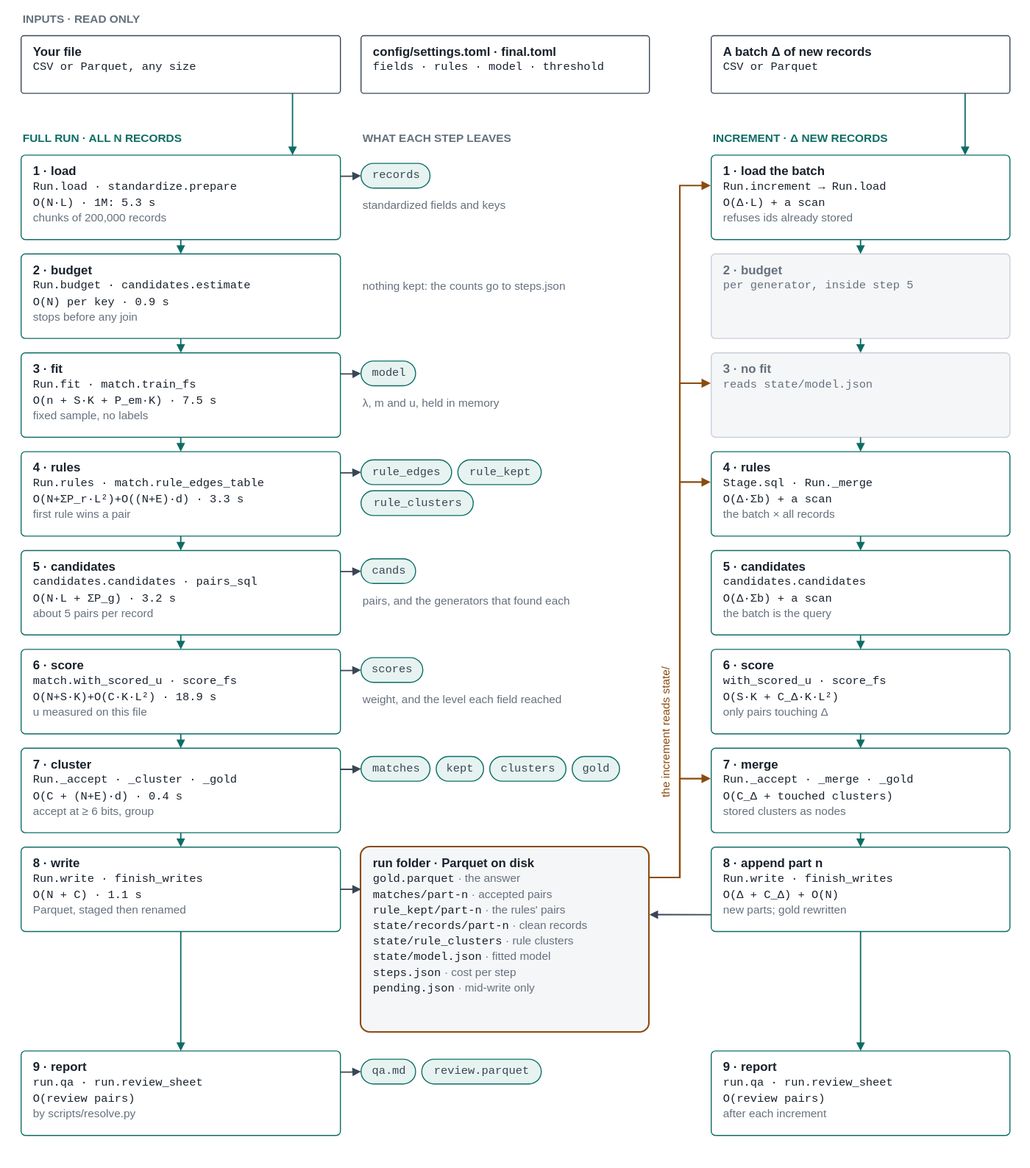
The draw.io diagram docs/architecture.drawio.svg in mvsbm/entity_matching, before a commit. Source tidied: cells renumbered, new cells last; positions are measured from the earlier drawing's top-left corner, leaving out a move shared by most shapes.
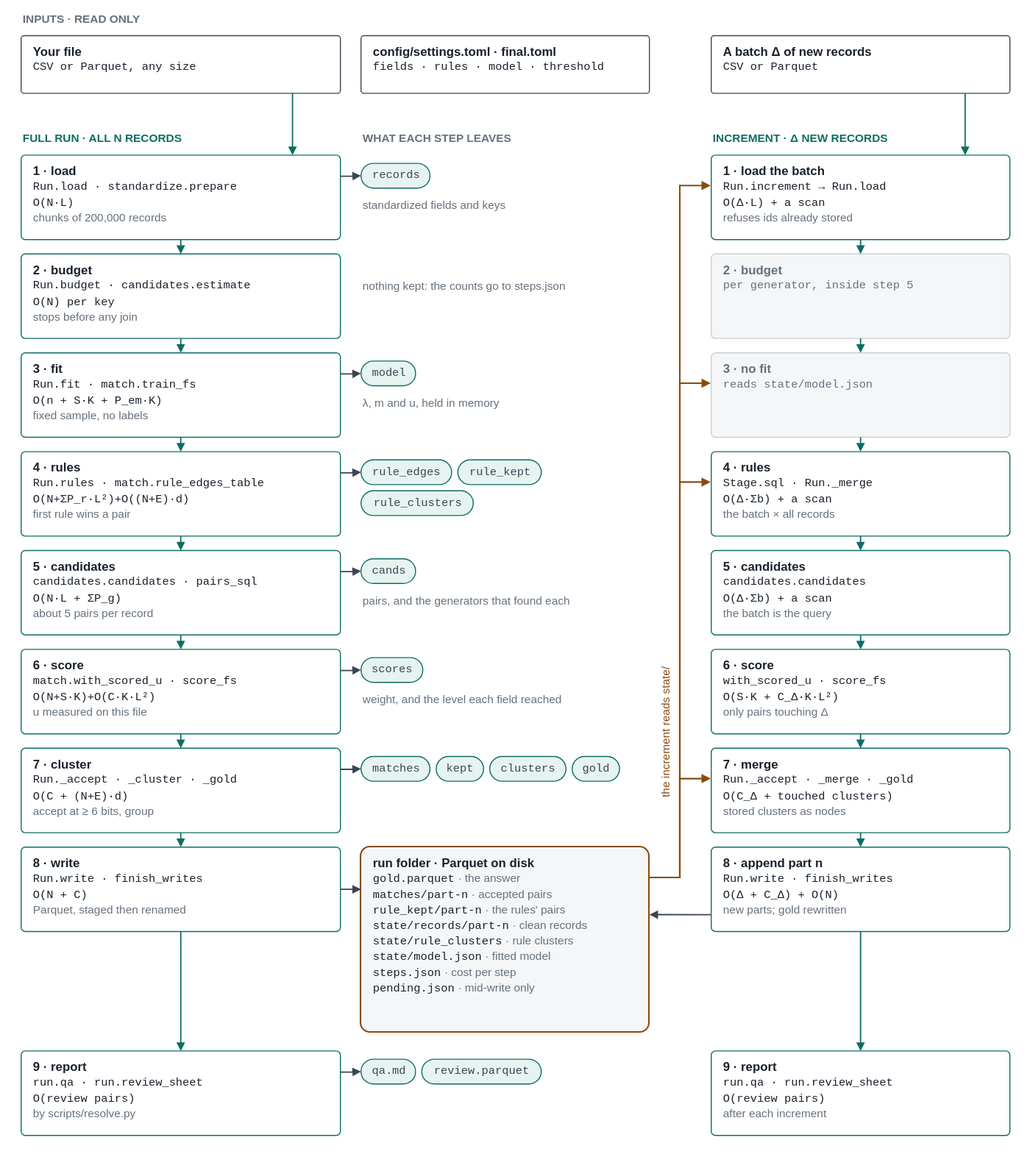
The same diagram one commit later.

Commit message:
README on one screen; architecture in four views; a usage page

Diff of the diagram source:
```diff
@@ -23,7 +23,7 @@
     <mxCell id="8" value="INCREMENT · Δ NEW RECORDS" style="text;html=1;align=left;verticalAlign=middle;fontFamily=Helvetica;fontSize=11;fontStyle=1;fontColor=#0d6d65;" parent="1" vertex="1">
       <mxGeometry x="670" y="116" width="290" height="20" as="geometry" />
     </mxCell>
-    <mxCell id="9" value="&lt;b&gt;1 · load&lt;/b&gt;&lt;br&gt;&lt;font face=&quot;Courier New&quot; style=&quot;font-size:11px&quot;&gt;Run.load · standardize.prepare&lt;/font&gt;&lt;br&gt;&lt;font face=&quot;Courier New&quot; style=&quot;font-size:11px&quot;&gt;O(N·L) · 1M: 5.3 s&lt;/font&gt;&lt;br&gt;&lt;font color=&quot;#65717e&quot; style=&quot;font-size:11px&quot;&gt;chunks of 200,000 records&lt;/font&gt;" style="rounded=1;arcSize=5;whiteSpace=wrap;html=1;align=left;verticalAlign=top;spacingLeft=10;spacingTop=2;fontFamily=Helvetica;fontSize=12;fontColor=#18212c;fillColor=#ffffff;strokeColor=#0d6d65;" parent="1" vertex="1">
+    <mxCell id="9" value="&lt;b&gt;1 · load&lt;/b&gt;&lt;br&gt;&lt;font face=&quot;Courier New&quot; style=&quot;font-size:11px&quot;&gt;Run.load · standardize.prepare&lt;/font&gt;&lt;br&gt;&lt;font face=&quot;Courier New&quot; style=&quot;font-size:11px&quot;&gt;O(N·L)&lt;/font&gt;&lt;br&gt;&lt;font color=&quot;#65717e&quot; style=&quot;font-size:11px&quot;&gt;chunks of 200,000 records&lt;/font&gt;" style="rounded=1;arcSize=5;whiteSpace=wrap;html=1;align=left;verticalAlign=top;spacingLeft=10;spacingTop=2;fontFamily=Helvetica;fontSize=12;fontColor=#18212c;fillColor=#ffffff;strokeColor=#0d6d65;" parent="1" vertex="1">
       <mxGeometry y="142" width="310" height="82" as="geometry" />
     </mxCell>
     <mxCell id="10" value="&lt;b&gt;1 · load the batch&lt;/b&gt;&lt;br&gt;&lt;font face=&quot;Courier New&quot; style=&quot;font-size:11px&quot;&gt;Run.increment → Run.load&lt;/font&gt;&lt;br&gt;&lt;font face=&quot;Courier New&quot; style=&quot;font-size:11px&quot;&gt;O(Δ·L) + a scan&lt;/font&gt;&lt;br&gt;&lt;font color=&quot;#65717e&quot; style=&quot;font-size:11px&quot;&gt;refuses ids already stored&lt;/font&gt;" style="rounded=1;arcSize=5;whiteSpace=wrap;html=1;align=left;verticalAlign=top;spacingLeft=10;spacingTop=2;fontFamily=Helvetica;fontSize=12;fontColor=#18212c;fillColor=#ffffff;strokeColor=#0d6d65;" parent="1" vertex="1">
@@ -38,7 +38,7 @@
     <mxCell id="13" style="edgeStyle=orthogonalEdgeStyle;rounded=0;html=1;endArrow=block;endFill=1;endSize=5;strokeColor=#3a4655;strokeWidth=1.3;exitX=1;exitY=0.25;entryX=0;entryY=0.5;" parent="1" edge="1" source="9" target="11">
       <mxGeometry relative="1" as="geometry" />
     </mxCell>
-    <mxCell id="14" value="&lt;b&gt;2 · budget&lt;/b&gt;&lt;br&gt;&lt;font face=&quot;Courier New&quot; style=&quot;font-size:11px&quot;&gt;Run.budget · candidates.estimate&lt;/font&gt;&lt;br&gt;&lt;font face=&quot;Courier New&quot; style=&quot;font-size:11px&quot;&gt;O(N) per key · 0.9 s&lt;/font&gt;&lt;br&gt;&lt;font color=&quot;#65717e&quot; style=&quot;font-size:11px&quot;&gt;stops before any join&lt;/font&gt;" style="rounded=1;arcSize=5;whiteSpace=wrap;html=1;align=left;verticalAlign=top;spacingLeft=10;spacingTop=2;fontFamily=Helvetica;fontSize=12;fontColor=#18212c;fillColor=#ffffff;strokeColor=#0d6d65;" parent="1" vertex="1">
+    <mxCell id="14" value="&lt;b&gt;2 · budget&lt;/b&gt;&lt;br&gt;&lt;font face=&quot;Courier New&quot; style=&quot;font-size:11px&quot;&gt;Run.budget · candidates.estimate&lt;/font&gt;&lt;br&gt;&lt;font face=&quot;Courier New&quot; style=&quot;font-size:11px&quot;&gt;O(N) per key&lt;/font&gt;&lt;br&gt;&lt;font color=&quot;#65717e&quot; style=&quot;font-size:11px&quot;&gt;stops before any join&lt;/font&gt;" style="rounded=1;arcSize=5;whiteSpace=wrap;html=1;align=left;verticalAlign=top;spacingLeft=10;spacingTop=2;fontFamily=Helvetica;fontSize=12;fontColor=#18212c;fillColor=#ffffff;strokeColor=#0d6d65;" parent="1" vertex="1">
       <mxGeometry y="238" width="310" height="82" as="geometry" />
     </mxCell>
     <mxCell id="15" value="&lt;b&gt;2 · budget&lt;/b&gt;&lt;br&gt;&lt;font face=&quot;Courier New&quot; style=&quot;font-size:11px&quot;&gt;per generator, inside step 5&lt;/font&gt;" style="rounded=1;arcSize=5;whiteSpace=wrap;html=1;align=left;verticalAlign=top;spacingLeft=10;spacingTop=2;fontFamily=Helvetica;fontSize=12;fontColor=#18212c;fillColor=#ffffff;strokeColor=#c9d0d8;fillColor=#f5f6f8;fontColor=#65717e;" parent="1" vertex="1">
@@ -47,7 +47,7 @@
     <mxCell id="16" value="nothing kept: the counts go to steps.json" style="text;html=1;align=left;verticalAlign=middle;fontFamily=Helvetica;fontSize=11;fontColor=#65717e;" parent="1" vertex="1">
       <mxGeometry x="330" y="258" width="280" height="22" as="geometry" />
     </mxCell>
-    <mxCell id="17" value="&lt;b&gt;3 · fit&lt;/b&gt;&lt;br&gt;&lt;font face=&quot;Courier New&quot; style=&quot;font-size:11px&quot;&gt;Run.fit · match.train_fs&lt;/font&gt;&lt;br&gt;&lt;font face=&quot;Courier New&quot; style=&quot;font-size:11px&quot;&gt;O(n + S·K + P_em·K) · 7.5 s&lt;/font&gt;&lt;br&gt;&lt;font color=&quot;#65717e&quot; style=&quot;font-size:11px&quot;&gt;fixed sample, no labels&lt;/font&gt;" style="rounded=1;arcSize=5;whiteSpace=wrap;html=1;align=left;verticalAlign=top;spacingLeft=10;spacingTop=2;fontFamily=Helvetica;fontSize=12;fontColor=#18212c;fillColor=#ffffff;strokeColor=#0d6d65;" parent="1" vertex="1">
+    <mxCell id="17" value="&lt;b&gt;3 · fit&lt;/b&gt;&lt;br&gt;&lt;font face=&quot;Courier New&quot; style=&quot;font-size:11px&quot;&gt;Run.fit · match.train_fs&lt;/font&gt;&lt;br&gt;&lt;font face=&quot;Courier New&quot; style=&quot;font-size:11px&quot;&gt;O(n + S·K + P_em·K)&lt;/font&gt;&lt;br&gt;&lt;font color=&quot;#65717e&quot; style=&quot;font-size:11px&quot;&gt;fixed sample, no labels&lt;/font&gt;" style="rounded=1;arcSize=5;whiteSpace=wrap;html=1;align=left;verticalAlign=top;spacingLeft=10;spacingTop=2;fontFamily=Helvetica;fontSize=12;fontColor=#18212c;fillColor=#ffffff;strokeColor=#0d6d65;" parent="1" vertex="1">
       <mxGeometry y="334" width="310" height="82" as="geometry" />
     </mxCell>
     <mxCell id="18" value="&lt;b&gt;3 · no fit&lt;/b&gt;&lt;br&gt;&lt;font face=&quot;Courier New&quot; style=&quot;font-size:11px&quot;&gt;reads state/model.json&lt;/font&gt;" style="rounded=1;arcSize=5;whiteSpace=wrap;html=1;align=left;verticalAlign=top;spacingLeft=10;spacingTop=2;fontFamily=Helvetica;fontSize=12;fontColor=#18212c;fillColor=#ffffff;strokeColor=#c9d0d8;fillColor=#f5f6f8;fontColor=#65717e;" parent="1" vertex="1">
@@ -62,7 +62,7 @@
     <mxCell id="21" style="edgeStyle=orthogonalEdgeStyle;rounded=0;html=1;endArrow=block;endFill=1;endSize=5;strokeColor=#3a4655;strokeWidth=1.3;exitX=1;exitY=0.25;entryX=0;entryY=0.5;" parent="1" edge="1" source="17" target="19">
       <mxGeometry relative="1" as="geometry" />
     </mxCell>
-    <mxCell id="22" value="&lt;b&gt;4 · rules&lt;/b&gt;&lt;br&gt;&lt;font face=&quot;Courier New&quot; style=&quot;font-size:11px&quot;&gt;Run.rules · match.rule_edges_table&lt;/font&gt;&lt;br&gt;&lt;font face=&quot;Courier New&quot; style=&quot;font-size:11px&quot;&gt;O(N+ΣP_r·L²)+O((N+E)·d) · 3.3 s&lt;/font&gt;&lt;br&gt;&lt;font color=&quot;#65717e&quot; style=&quot;font-size:11px&quot;&gt;first rule wins a pair&lt;/font&gt;" style="rounded=1;arcSize=5;whiteSpace=wrap;html=1;align=left;verticalAlign=top;spacingLeft=10;spacingTop=2;fontFamily=Helvetica;fontSize=12;fontColor=#18212c;fillColor=#ffffff;strokeColor=#0d6d65;" parent="1" vertex="1">
+    <mxCell id="22" value="&lt;b&gt;4 · rules&lt;/b&gt;&lt;br&gt;&lt;font face=&quot;Courier New&quot; style=&quot;font-size:11px&quot;&gt;Run.rules · match.rule_edges_table&lt;/font&gt;&lt;br&gt;&lt;font face=&quot;Courier New&quot; style=&quot;font-size:11px&quot;&gt;O(N+ΣP_r·L²)+O((N+E)·d)&lt;/font&gt;&lt;br&gt;&lt;font color=&quot;#65717e&quot; style=&quot;font-size:11px&quot;&gt;first rule wins a pair&lt;/font&gt;" style="rounded=1;arcSize=5;whiteSpace=wrap;html=1;align=left;verticalAlign=top;spacingLeft=10;spacingTop=2;fontFamily=Helvetica;fontSize=12;fontColor=#18212c;fillColor=#ffffff;strokeColor=#0d6d65;" parent="1" vertex="1">
       <mxGeometry y="430" width="310" height="82" as="geometry" />
     </mxCell>
     <mxCell id="23" value="&lt;b&gt;4 · rules&lt;/b&gt;&lt;br&gt;&lt;font face=&quot;Courier New&quot; style=&quot;font-size:11px&quot;&gt;Stage.sql · Run._merge&lt;/font&gt;&lt;br&gt;&lt;font face=&quot;Courier New&quot; style=&quot;font-size:11px&quot;&gt;O(Δ·Σb) + a scan&lt;/font&gt;&lt;br&gt;&lt;font color=&quot;#65717e&quot; style=&quot;font-size:11px&quot;&gt;the batch × all records&lt;/font&gt;" style="rounded=1;arcSize=5;whiteSpace=wrap;html=1;align=left;verticalAlign=top;spacingLeft=10;spacingTop=2;fontFamily=Helvetica;fontSize=12;fontColor=#18212c;fillColor=#ffffff;strokeColor=#0d6d65;" parent="1" vertex="1">
@@ -80,7 +80,7 @@
     <mxCell id="27" style="edgeStyle=orthogonalEdgeStyle;rounded=0;html=1;endArrow=block;endFill=1;endSize=5;strokeColor=#3a4655;strokeWidth=1.3;exitX=1;exitY=0.25;entryX=0;entryY=0.5;" parent="1" edge="1" source="22" target="24">
       <mxGeometry relative="1" as="geometry" />
     </mxCell>
-    <mxCell id="28" value="&lt;b&gt;5 · candidates&lt;/b&gt;&lt;br&gt;&lt;font face=&quot;Courier New&quot; style=&quot;font-size:11px&quot;&gt;candidates.candidates · pairs_sql&lt;/font&gt;&lt;br&gt;&lt;font face=&quot;Courier New&quot; style=&quot;font-size:11px&quot;&gt;O(N·L + ΣP_g) · 3.2 s&lt;/font&gt;&lt;br&gt;&lt;font color=&quot;#65717e&quot; style=&quot;font-size:11px&quot;&gt;about 5 pairs per record&lt;/font&gt;" style="rounded=1;arcSize=5;whiteSpace=wrap;html=1;align=left;verticalAlign=top;spacingLeft=10;spacingTop=2;fontFamily=Helvetica;fontSize=12;fontColor=#18212c;fillColor=#ffffff;strokeColor=#0d6d65;" parent="1" vertex="1">
+    <mxCell id="28" value="&lt;b&gt;5 · candidates&lt;/b&gt;&lt;br&gt;&lt;font face=&quot;Courier New&quot; style=&quot;font-size:11px&quot;&gt;candidates.candidates · pairs_sql&lt;/font&gt;&lt;br&gt;&lt;font face=&quot;Courier New&quot; style=&quot;font-size:11px&quot;&gt;O(N·L + ΣP_g)&lt;/font&gt;&lt;br&gt;&lt;font color=&quot;#65717e&quot; style=&quot;font-size:11px&quot;&gt;about 5 pairs per record&lt;/font&gt;" style="rounded=1;arcSize=5;whiteSpace=wrap;html=1;align=left;verticalAlign=top;spacingLeft=10;spacingTop=2;fontFamily=Helvetica;fontSize=12;fontColor=#18212c;fillColor=#ffffff;strokeColor=#0d6d65;" parent="1" vertex="1">
       <mxGeometry y="526" width="310" height="82" as="geometry" />
     </mxCell>
     <mxCell id="29" value="&lt;b&gt;5 · candidates&lt;/b&gt;&lt;br&gt;&lt;font face=&quot;Courier New&quot; style=&quot;font-size:11px&quot;&gt;candidates.candidates&lt;/font&gt;&lt;br&gt;&lt;font face=&quot;Courier New&quot; style=&quot;font-size:11px&quot;&gt;O(Δ·Σb) + a scan&lt;/font&gt;&lt;br&gt;&lt;font color=&quot;#65717e&quot; style=&quot;font-size:11px&quot;&gt;the batch is the query&lt;/font&gt;" style="rounded=1;arcSize=5;whiteSpace=wrap;html=1;align=left;verticalAlign=top;spacingLeft=10;spacingTop=2;fontFamily=Helvetica;fontSize=12;fontColor=#18212c;fillColor=#ffffff;strokeColor=#0d6d65;" parent="1" vertex="1">
@@ -95,7 +95,7 @@
     <mxCell id="32" style="edgeStyle=orthogonalEdgeStyle;rounded=0;html=1;endArrow=block;endFill=1;endSize=5;strokeColor=#3a4655;strokeWidth=1.3;exitX=1;exitY=0.25;entryX=0;entryY=0.5;" parent="1" edge="1" source="28" target="30">
       <mxGeometry relative="1" as="geometry" />
     </mxCell>
-    <mxCell id="33" value="&lt;b&gt;6 · score&lt;/b&gt;&lt;br&gt;&lt;font face=&quot;Courier New&quot; style=&quot;font-size:11px&quot;&gt;match.with_scored_u · score_fs&lt;/font&gt;&lt;br&gt;&lt;font face=&quot;Courier New&quot; style=&quot;font-size:11px&quot;&gt;O(N+S·K)+O(C·K·L²) · 18.9 s&lt;/font&gt;&lt;br&gt;&lt;font color=&quot;#65717e&quot; style=&quot;font-size:11px&quot;&gt;u measured on this file&lt;/font&gt;" style="rounded=1;arcSize=5;whiteSpace=wrap;html=1;align=left;verticalAlign=top;spacingLeft=10;spacingTop=2;fontFamily=Helvetica;fontSize=12;fontColor=#18212c;fillColor=#ffffff;strokeColor=#0d6d65;" parent="1" vertex="1">
+    <mxCell id="33" value="&lt;b&gt;6 · score&lt;/b&gt;&lt;br&gt;&lt;font face=&quot;Courier New&quot; style=&quot;font-size:11px&quot;&gt;match.with_scored_u · score_fs&lt;/font&gt;&lt;br&gt;&lt;font face=&quot;Courier New&quot; style=&quot;font-size:11px&quot;&gt;O(N+S·K)+O(C·K·L²)&lt;/font&gt;&lt;br&gt;&lt;font color=&quot;#65717e&quot; style=&quot;font-size:11px&quot;&gt;u measured on this file&lt;/font&gt;" style="rounded=1;arcSize=5;whiteSpace=wrap;html=1;align=left;verticalAlign=top;spacingLeft=10;spacingTop=2;fontFamily=Helvetica;fontSize=12;fontColor=#18212c;fillColor=#ffffff;strokeColor=#0d6d65;" parent="1" vertex="1">
       <mxGeometry y="622" width="310" height="82" as="geometry" />
     </mxCell>
     <mxCell id="34" value="&lt;b&gt;6 · score&lt;/b&gt;&lt;br&gt;&lt;font face=&quot;Courier New&quot; style=&quot;font-size:11px&quot;&gt;with_scored_u · score_fs&lt;/font&gt;&lt;br&gt;&lt;font face=&quot;Courier New&quot; style=&quot;font-size:11px&quot;&gt;O(S·K + C_Δ·K·L²)&lt;/font&gt;&lt;br&gt;&lt;font color=&quot;#65717e&quot; style=&quot;font-size:11px&quot;&gt;only pairs touching Δ&lt;/font&gt;" style="rounded=1;arcSize=5;whiteSpace=wrap;html=1;align=left;verticalAlign=top;spacingLeft=10;spacingTop=2;fontFamily=Helvetica;fontSize=12;fontColor=#18212c;fillColor=#ffffff;strokeColor=#0d6d65;" parent="1" vertex="1">
@@ -110,7 +110,7 @@
     <mxCell id="37" style="edgeStyle=orthogonalEdgeStyle;rounded=0;html=1;endArrow=block;endFill=1;endSize=5;strokeColor=#3a4655;strokeWidth=1.3;exitX=1;exitY=0.25;entryX=0;entryY=0.5;" parent="1" edge="1" source="33" target="35">
       <mxGeometry relative="1" as="geometry" />
     </mxCell>
-    <mxCell id="38" value="&lt;b&gt;7 · cluster&lt;/b&gt;&lt;br&gt;&lt;font face=&quot;Courier New&quot; style=&quot;font-size:11px&quot;&gt;Run._accept · _cluster · _gold&lt;/font&gt;&lt;br&gt;&lt;font face=&quot;Courier New&quot; style=&quot;font-size:11px&quot;&gt;O(C + (N+E)·d) · 0.4 s&lt;/font&gt;&lt;br&gt;&lt;font color=&quot;#65717e&quot; style=&quot;font-size:11px&quot;&gt;accept at ≥ 6 bits, group&lt;/font&gt;" style="rounded=1;arcSize=5;whiteSpace=wrap;html=1;align=left;verticalAlign=top;spacingLeft=10;spacingTop=2;fontFamily=Helvetica;fontSize=12;fontColor=#18212c;fillColor=#ffffff;strokeColor=#0d6d65;" parent="1" vertex="1">
+    <mxCell id="38" value="&lt;b&gt;7 · cluster&lt;/b&gt;&lt;br&gt;&lt;font face=&quot;Courier New&quot; style=&quot;font-size:11px&quot;&gt;Run._accept · _cluster · _gold&lt;/font&gt;&lt;br&gt;&lt;font face=&quot;Courier New&quot; style=&quot;font-size:11px&quot;&gt;O(C + (N+E)·d)&lt;/font&gt;&lt;br&gt;&lt;font color=&quot;#65717e&quot; style=&quot;font-size:11px&quot;&gt;accept at ≥ 6 bits, group&lt;/font&gt;" style="rounded=1;arcSize=5;whiteSpace=wrap;html=1;align=left;verticalAlign=top;spacingLeft=10;spacingTop=2;fontFamily=Helvetica;fontSize=12;fontColor=#18212c;fillColor=#ffffff;strokeColor=#0d6d65;" parent="1" vertex="1">
       <mxGeometry y="718" width="310" height="82" as="geometry" />
     </mxCell>
     <mxCell id="39" value="&lt;b&gt;7 · merge&lt;/b&gt;&lt;br&gt;&lt;font face=&quot;Courier New&quot; style=&quot;font-size:11px&quot;&gt;Run._accept · _merge · _gold&lt;/font&gt;&lt;br&gt;&lt;font face=&quot;Courier New&quot; style=&quot;font-size:11px&quot;&gt;O(C_Δ + touched clusters)&lt;/font&gt;&lt;br&gt;&lt;font color=&quot;#65717e&quot; style=&quot;font-size:11px&quot;&gt;stored clusters as nodes&lt;/font&gt;" style="rounded=1;arcSize=5;whiteSpace=wrap;html=1;align=left;verticalAlign=top;spacingLeft=10;spacingTop=2;fontFamily=Helvetica;fontSize=12;fontColor=#18212c;fillColor=#ffffff;strokeColor=#0d6d65;" parent="1" vertex="1">
@@ -131,7 +131,7 @@
     <mxCell id="44" style="edgeStyle=orthogonalEdgeStyle;rounded=0;html=1;endArrow=block;endFill=1;endSize=5;strokeColor=#3a4655;strokeWidth=1.3;exitX=1;exitY=0.25;entryX=0;entryY=0.5;" parent="1" edge="1" source="38" target="40">
       <mxGeometry relative="1" as="geometry" />
     </mxCell>
-    <mxCell id="45" value="&lt;b&gt;8 · write&lt;/b&gt;&lt;br&gt;&lt;font face=&quot;Courier New&quot; style=&quot;font-size:11px&quot;&gt;Run.write · finish_writes&lt;/font&gt;&lt;br&gt;&lt;font face=&quot;Courier New&quot; style=&quot;font-size:11px&quot;&gt;O(N + C) · 1.1 s&lt;/font&gt;&lt;br&gt;&lt;font color=&quot;#65717e&quot; style=&quot;font-size:11px&quot;&gt;Parquet, staged then renamed&lt;/font&gt;" style="rounded=1;arcSize=5;whiteSpace=wrap;html=1;align=left;verticalAlign=top;spacingLeft=10;spacingTop=2;fontFamily=Helvetica;fontSize=12;fontColor=#18212c;fillColor=#ffffff;strokeColor=#0d6d65;" parent="1" vertex="1">
+    <mxCell id="45" value="&lt;b&gt;8 · write&lt;/b&gt;&lt;br&gt;&lt;font face=&quot;Courier New&quot; style=&quot;font-size:11px&quot;&gt;Run.write · finish_writes&lt;/font&gt;&lt;br&gt;&lt;font face=&quot;Courier New&quot; style=&quot;font-size:11px&quot;&gt;O(N + C)&lt;/font&gt;&lt;br&gt;&lt;font color=&quot;#65717e&quot; style=&quot;font-size:11px&quot;&gt;Parquet, staged then renamed&lt;/font&gt;" style="rounded=1;arcSize=5;whiteSpace=wrap;html=1;align=left;verticalAlign=top;spacingLeft=10;spacingTop=2;fontFamily=Helvetica;fontSize=12;fontColor=#18212c;fillColor=#ffffff;strokeColor=#0d6d65;" parent="1" vertex="1">
       <mxGeometry y="814" width="310" height="82" as="geometry" />
     </mxCell>
     <mxCell id="46" value="&lt;b&gt;8 · append part n&lt;/b&gt;&lt;br&gt;&lt;font face=&quot;Courier New&quot; style=&quot;font-size:11px&quot;&gt;Run.write · finish_writes&lt;/font&gt;&lt;br&gt;&lt;font face=&quot;Courier New&quot; style=&quot;font-size:11px&quot;&gt;O(Δ + C_Δ) + O(N)&lt;/font&gt;&lt;br&gt;&lt;font color=&quot;#65717e&quot; style=&quot;font-size:11px&quot;&gt;new parts; gold rewritten&lt;/font&gt;" style="rounded=1;arcSize=5;whiteSpace=wrap;html=1;align=left;verticalAlign=top;spacingLeft=10;spacingTop=2;fontFamily=Helvetica;fontSize=12;fontColor=#18212c;fillColor=#ffffff;strokeColor=#0d6d65;" parent="1" vertex="1">
```
